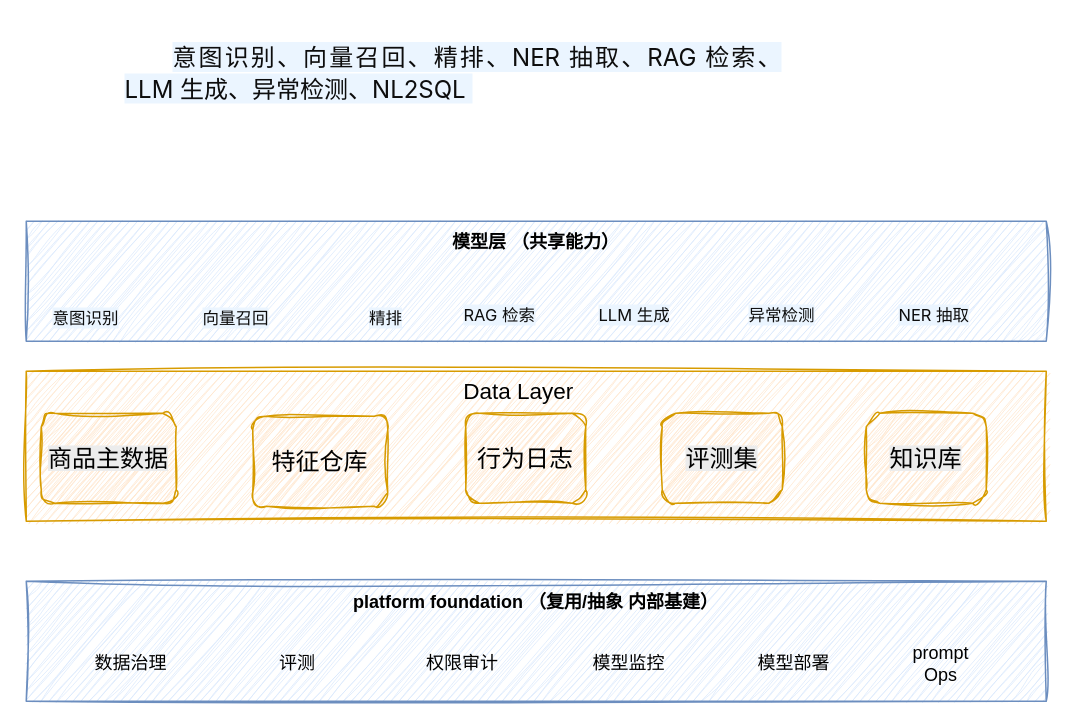
China-li-bai/draw keeps this draw.io diagram as page "第 1 页" (1 of 2) of AI基础能力分层架构.drawio. Above is the earlier version. Source tidied: cells renumbered, new cells numbered last; positions are measured from the earlier drawing's top-left corner, leaving out a move shared by most shapes. Both pictures are drawn from the tidied source at 150%, with x=0, y=0 at pixel (26, 26).
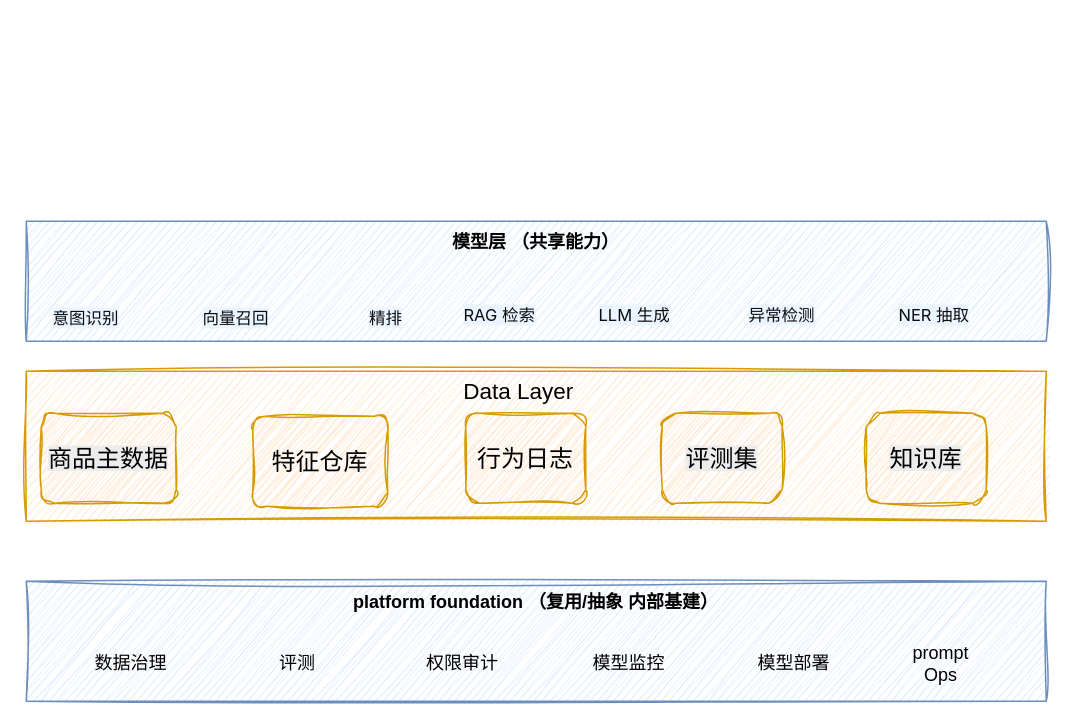
After the change.

Commit message:
更新AI基础能力分层架构.drawio

Change to the diagram source:
```diff
@@
-    <mxCell id="12" value="&lt;div&gt;&lt;/div&gt;&lt;div class=&quot;document&quot;&gt;&lt;div class=&quot;section&quot;&gt;&lt;p class=&quot;paragraph text-align-type-justify&quot; style=&quot;text-align:justify;line-height:1.3;margin-top:3pt;margin-bottom:4pt;text-indent:24pt;margin-left:0pt;margin-right:0pt&quot;&gt;&lt;span style=&quot;color: rgb(13, 13, 13); font-family: -apple-system, &amp;quot;system-ui&amp;quot;, &amp;quot;PingFang SC&amp;quot;, &amp;quot;Hiragino Sans GB&amp;quot;, &amp;quot;Hiragino Sans&amp;quot;, &amp;quot;SF Pro Text&amp;quot;, system-ui, &amp;quot;Noto Sans SC&amp;quot;, &amp;quot;Helvetica Neue&amp;quot;, Helvetica, Arial, sans-serif; font-size: 16px; text-align: start; text-indent: 0px; white-space: pre-line; background-color: rgb(235, 245, 255);&quot;&gt;意图识别、向量召回、精排、NER&amp;nbsp;抽取、RAG&amp;nbsp;检索、LLM&amp;nbsp;生成、异常检测、NL2SQL&amp;nbsp;&lt;/span&gt;&lt;/p&gt;&lt;/div&gt;&lt;/div&gt;" style="text;whiteSpace=wrap;html=1;" parent="1" vertex="1">
-      <mxGeometry x="64" width="440" height="50" as="geometry" />
-    </mxCell>
```
